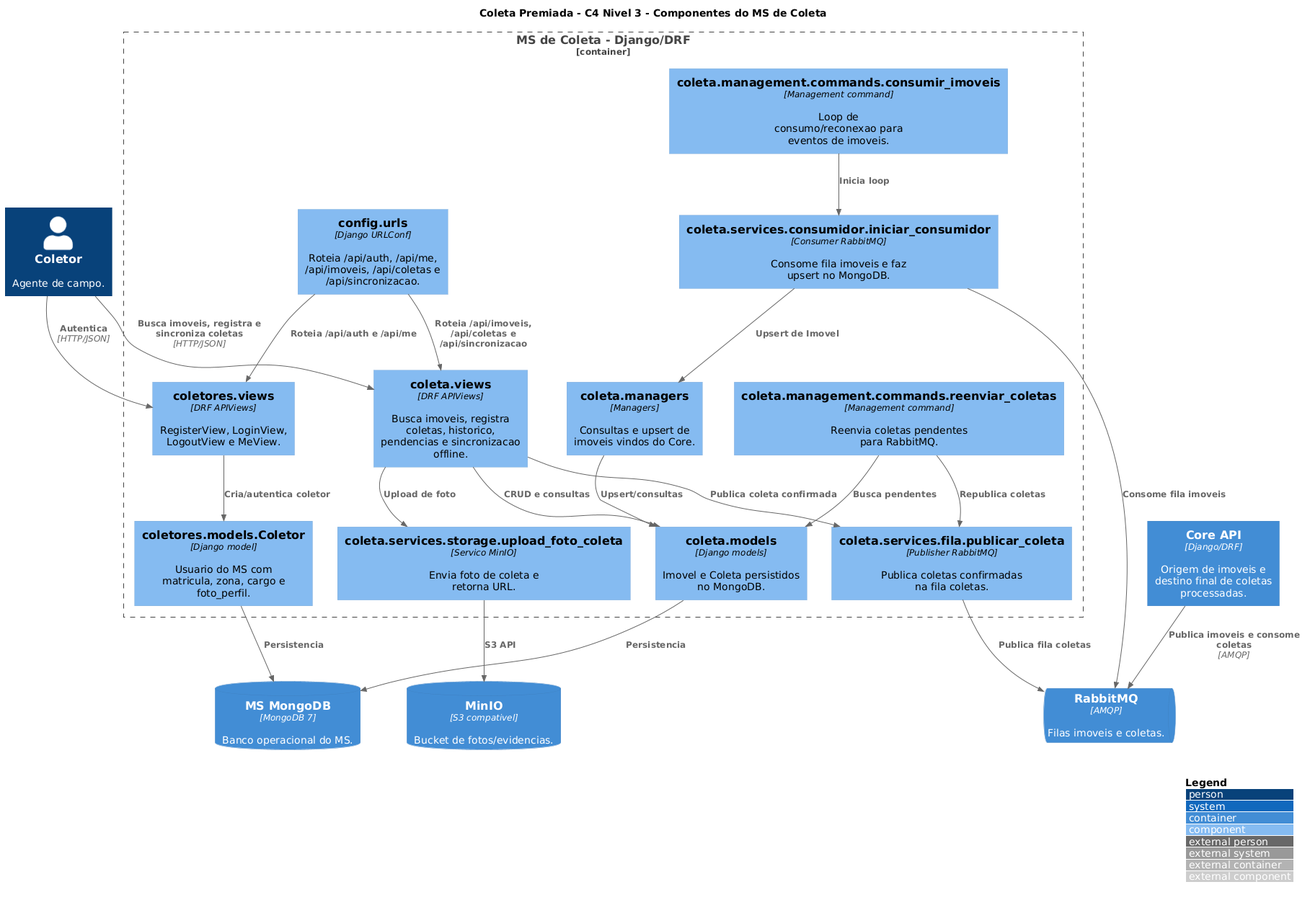
The PlantUML diagram docs/architecture/c4/png/components-ms.png in rangelro/Coleta-Premiada, before a commit.
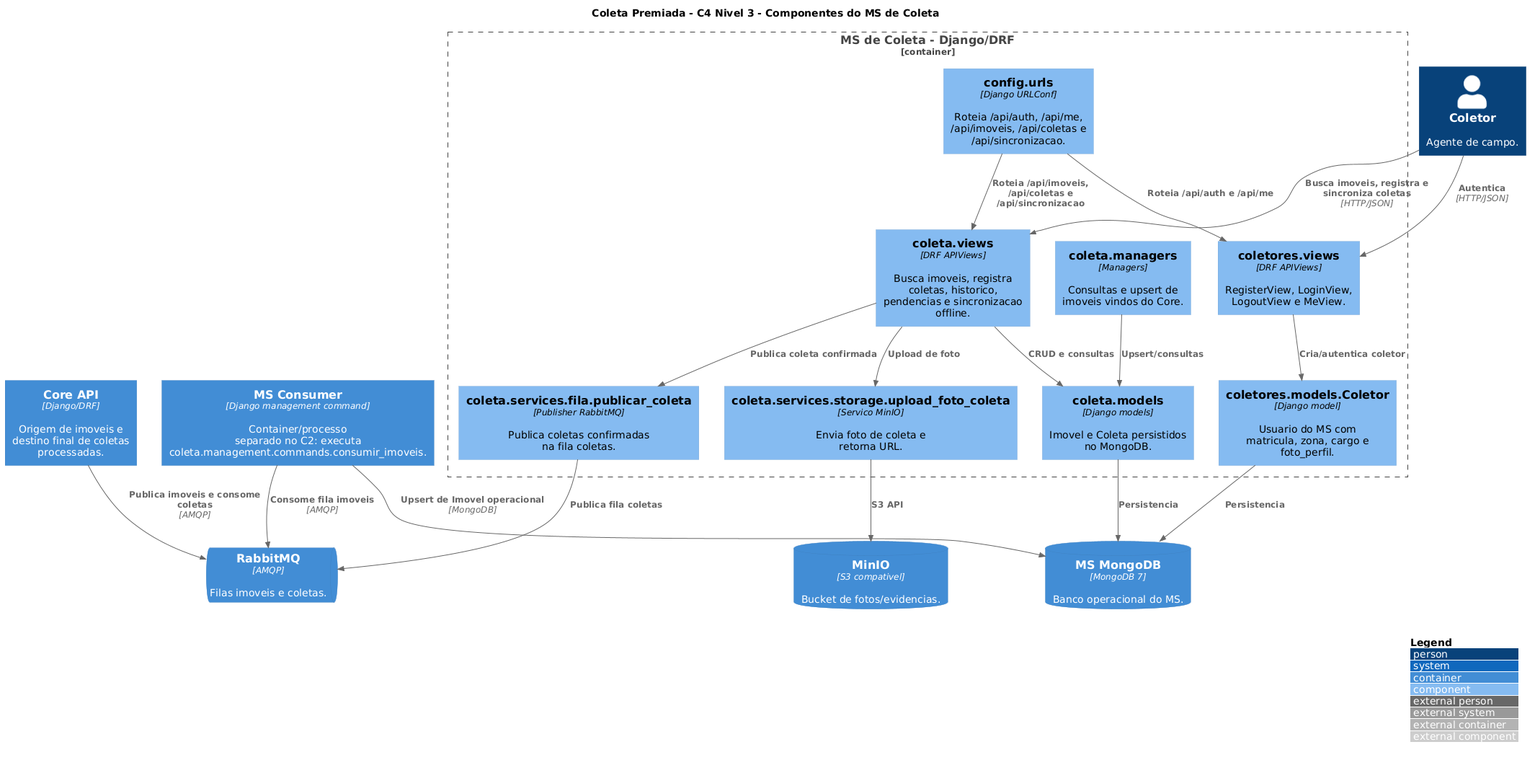
The same file after the commit.

Commit message:
docs/fix: corringindo inconsistencias rabbitmq n1 e n2 ficam internor, core conssumer, ms consumer

The edit, as a diff of the source:
```diff
@@ -17,11 +17,9 @@
     Component(coleta_managers, "coleta.managers", "Managers", "Consultas e upsert de imoveis vindos do Core.")
     Component(storage_service, "coleta.services.storage.upload_foto_coleta", "Servico MinIO", "Envia foto de coleta e retorna URL.")
     Component(fila_service, "coleta.services.fila.publicar_coleta", "Publisher RabbitMQ", "Publica coletas confirmadas na fila coletas.")
-    Component(consumidor_service, "coleta.services.consumidor.iniciar_consumidor", "Consumer RabbitMQ", "Consome fila imoveis e faz upsert no MongoDB.")
-    Component(consumir_imoveis_cmd, "coleta.management.commands.consumir_imoveis", "Management command", "Loop de consumo/reconexao para eventos de imoveis.")
-    Component(reenviar_coletas_cmd, "coleta.management.commands.reenviar_coletas", "Management command", "Reenvia coletas pendentes para RabbitMQ.")
 }
 
+Container(ms_consumer, "MS Consumer", "Django management command", "Container/processo separado no C2: executa coleta.management.commands.consumir_imoveis.")
 ContainerDb(ms_db, "MS MongoDB", "MongoDB 7", "Banco operacional do MS.")
 ContainerDb(minio, "MinIO", "S3 compativel", "Bucket de fotos/evidencias.")
 ContainerQueue(rabbitmq, "RabbitMQ", "AMQP", "Filas imoveis e coletas.")
@@ -44,11 +42,8 @@
 Rel(storage_service, minio, "S3 API")
 Rel(fila_service, rabbitmq, "Publica fila coletas")
 
-Rel(consumir_imoveis_cmd, consumidor_service, "Inicia loop")
-Rel(consumidor_service, rabbitmq, "Consome fila imoveis")
-Rel(consumidor_service, coleta_managers, "Upsert de Imovel")
-Rel(reenviar_coletas_cmd, coleta_models, "Busca pendentes")
-Rel(reenviar_coletas_cmd, fila_service, "Republica coletas")
+Rel(ms_consumer, rabbitmq, "Consome fila imoveis", "AMQP")
+Rel(ms_consumer, ms_db, "Upsert de Imovel operacional", "MongoDB")
 
 Rel(core, rabbitmq, "Publica imoveis e consome coletas", "AMQP")
 
```
